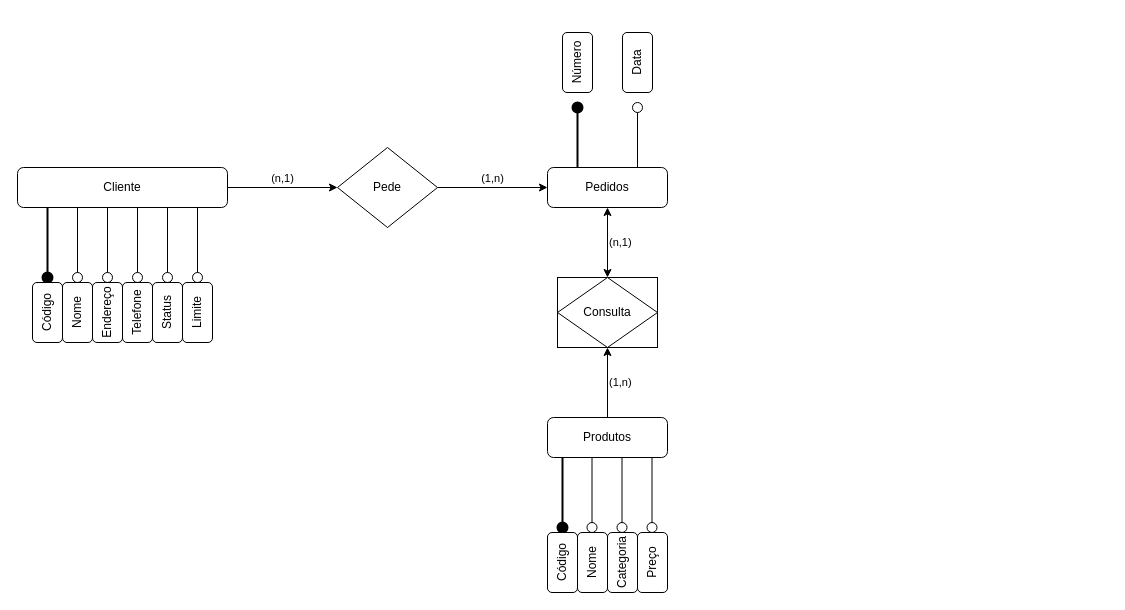
Before: Diagramas/Tarefa Diagrama.drawio in Shinymonke69/Diagramas, a draw.io diagram. Source tidied: cells renumbered, new cells numbered last; positions are measured from the earlier drawing's top-left corner, leaving out a move shared by most shapes. Both pictures are drawn from the tidied source at 100%, with x=0, y=0 at pixel (17, 47).
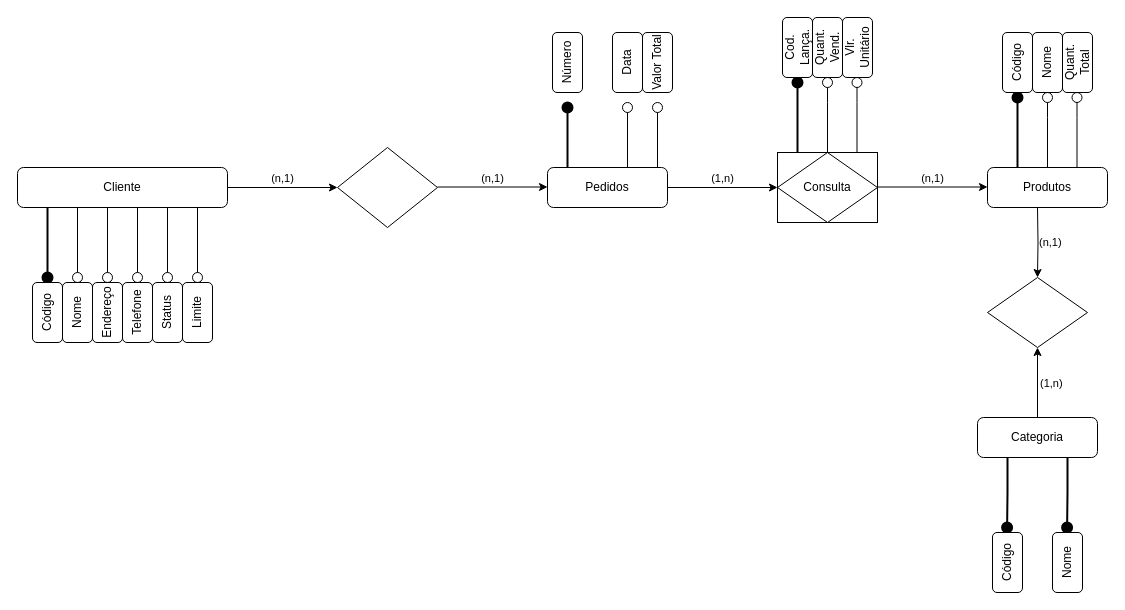
The same diagram, later.

Commit message:
Feat: Tarefa Corrigida

The edit, as a diff of the source:
```diff
@@
-    <mxCell id="2" style="rounded=0;whiteSpace=wrap;html=1;fillColor=none;" parent="1" vertex="1">
-      <mxGeometry x="540" y="230" width="100" height="70" as="geometry" />
-    </mxCell>
-    <mxCell id="3" value="(n,1)" style="edgeStyle=orthogonalEdgeStyle;rounded=0;jettySize=auto;html=1;exitX=0.5;exitY=1;exitDx=0;exitDy=0;entryX=0.5;entryY=0;entryDx=0;entryDy=0;startArrow=classic;startFill=1;labelPosition=right;verticalLabelPosition=middle;align=left;verticalAlign=middle;horizontal=1;" parent="1" edge="1" source="6" target="25">
-      <mxGeometry relative="1" as="geometry" />
+    <mxCell id="3" value="(n,1)" style="edgeStyle=orthogonalEdgeStyle;rounded=0;jettySize=auto;html=1;exitX=0.5;exitY=1;exitDx=0;exitDy=0;entryX=0.5;entryY=0;entryDx=0;entryDy=0;startArrow=none;startFill=0;labelPosition=right;verticalLabelPosition=middle;align=left;verticalAlign=middle;horizontal=1;" parent="1" edge="1" target="25">
+      <mxGeometry relative="1" as="geometry">
+        <mxPoint x="1020" y="160" as="sourcePoint" />
+      </mxGeometry>
     </mxCell>
-    <mxCell id="4" style="edgeStyle=orthogonalEdgeStyle;rounded=0;jettySize=auto;html=1;exitX=0.25;exitY=0;exitDx=0;exitDy=0;strokeWidth=2;endSize=10;endArrow=oval;endFill=1;" parent="1" edge="1" source="6">
+    <mxCell id="4" style="edgeStyle=orthogonalEdgeStyle;rounded=0;orthogonalLoop=1;jettySize=auto;html=1;exitX=0.25;exitY=0;exitDx=0;exitDy=0;strokeWidth=2;endSize=10;endArrow=oval;endFill=1;" parent="1" edge="1">
       <mxGeometry relative="1" as="geometry">
-        <mxPoint x="560" y="60" as="targetPoint" />
+        <mxPoint x="550" y="120" as="sourcePoint" />
+        <mxPoint x="550" y="60" as="targetPoint" />
       </mxGeometry>
     </mxCell>
-    <mxCell id="5" style="edgeStyle=orthogonalEdgeStyle;rounded=0;jettySize=auto;html=1;exitX=0.75;exitY=0;exitDx=0;exitDy=0;endSize=10;endArrow=oval;endFill=0;" parent="1" edge="1" source="6">
+    <mxCell id="5" style="edgeStyle=orthogonalEdgeStyle;rounded=0;orthogonalLoop=1;jettySize=auto;html=1;exitX=0.75;exitY=0;exitDx=0;exitDy=0;endSize=10;endArrow=oval;endFill=0;" parent="1" edge="1">
       <mxGeometry relative="1" as="geometry">
-        <mxPoint x="620" y="60" as="targetPoint" />
+        <mxPoint x="610" y="120" as="sourcePoint" />
+        <mxPoint x="610" y="60" as="targetPoint" />
       </mxGeometry>
     </mxCell>
-    <mxCell id="6" value="Pedidos" style="rounded=1;whiteSpace=wrap;html=1;fontSize=12;glass=0;strokeWidth=1;shadow=0;" parent="1" vertex="1">
-      <mxGeometry x="530" y="120" width="120" height="40" as="geometry" />
-    </mxCell>
@@
-    <mxCell id="10" value="(1,n)" style="edgeStyle=orthogonalEdgeStyle;rounded=0;jettySize=auto;html=1;exitX=0.5;exitY=0;exitDx=0;exitDy=0;entryX=0.5;entryY=1;entryDx=0;entryDy=0;labelPosition=right;verticalLabelPosition=middle;align=left;verticalAlign=middle;" parent="1" edge="1" source="11" target="2">
-      <mxGeometry relative="1" as="geometry" />
+    <mxCell id="10" value="(1,n)" style="edgeStyle=orthogonalEdgeStyle;rounded=0;jettySize=auto;html=1;exitX=0.5;exitY=0;exitDx=0;exitDy=0;entryX=0.5;entryY=1;entryDx=0;entryDy=0;labelPosition=right;verticalLabelPosition=middle;align=left;verticalAlign=middle;" parent="1" edge="1" source="11">
+      <mxGeometry relative="1" as="geometry">
+        <mxPoint x="1020" y="300" as="targetPoint" />
+      </mxGeometry>
     </mxCell>
+    <mxCell id="36" style="edgeStyle=orthogonalEdgeStyle;rounded=0;jettySize=auto;html=1;exitX=0.25;exitY=1;exitDx=0;exitDy=0;endArrow=oval;endFill=1;strokeWidth=2;endSize=10;" parent="1" edge="1" source="11">
+      <mxGeometry relative="1" as="geometry">
+        <mxPoint x="989.6" y="480" as="targetPoint" />
+      </mxGeometry>
+    </mxCell>
+    <mxCell id="37" style="edgeStyle=orthogonalEdgeStyle;rounded=0;jettySize=auto;html=1;exitX=0.75;exitY=1;exitDx=0;exitDy=0;endArrow=oval;endFill=1;endSize=10;strokeWidth=2;" parent="1" edge="1" source="11">
+      <mxGeometry relative="1" as="geometry">
+        <mxPoint x="1049.6" y="480" as="targetPoint" />
+      </mxGeometry>
+    </mxCell>
-    <mxCell id="11" value="Produtos" style="rounded=1;whiteSpace=wrap;html=1;fontSize=12;glass=0;strokeWidth=1;shadow=0;" parent="1" vertex="1">
-      <mxGeometry x="530" y="370" width="120" height="40" as="geometry" />
+    <mxCell id="11" value="Categoria" style="rounded=1;whiteSpace=wrap;html=1;fontSize=12;glass=0;strokeWidth=1;shadow=0;" parent="1" vertex="1">
+      <mxGeometry x="960" y="370" width="120" height="40" as="geometry" />
     </mxCell>
-    <mxCell id="12" value="(1,n)" style="edgeStyle=orthogonalEdgeStyle;rounded=0;jettySize=auto;html=1;exitX=1;exitY=0.5;exitDx=0;exitDy=0;horizontal=1;verticalAlign=bottom;" parent="1" edge="1" source="13" target="6">
-      <mxGeometry relative="1" as="geometry" />
-    </mxCell>
-    <mxCell id="13" value="Pede" style="rhombus;whiteSpace=wrap;html=1;" parent="1" vertex="1">
+    <mxCell id="13" style="rhombus;whiteSpace=wrap;html=1;" parent="1" vertex="1">
       <mxGeometry x="320" y="100" width="100" height="80" as="geometry" />
     </mxCell>
@@
-    <mxCell id="25" value="Consulta" style="rhombus;whiteSpace=wrap;html=1;" parent="1" vertex="1">
-      <mxGeometry x="540" y="230" width="100" height="70" as="geometry" />
+    <mxCell id="25" style="rhombus;whiteSpace=wrap;html=1;" parent="1" vertex="1">
+      <mxGeometry x="970" y="230" width="100" height="70" as="geometry" />
     </mxCell>
     <mxCell id="26" style="rounded=0;orthogonalLoop=1;jettySize=auto;html=1;exitX=0;exitY=1;exitDx=0;exitDy=0;strokeColor=default;endArrow=oval;endFill=1;strokeWidth=2;endSize=10;" parent="1" edge="1">
       <mxGeometry relative="1" as="geometry">
-        <mxPoint x="545" y="410" as="sourcePoint" />
-        <mxPoint x="545" y="480" as="targetPoint" />
+        <mxPoint x="1000" y="120" as="sourcePoint" />
+        <mxPoint x="1000" y="50" as="targetPoint" />
       </mxGeometry>
     </mxCell>
-    <mxCell id="27" style="rounded=0;orthogonalLoop=1;jettySize=auto;html=1;exitX=0;exitY=1;exitDx=0;exitDy=0;strokeColor=default;endArrow=oval;endFill=0;strokeWidth=1;endSize=10;" parent="1" edge="1">
+    <mxCell id="27" style="rounded=0;orthogonalLoop=1;jettySize=auto;html=1;exitX=0.25;exitY=0;exitDx=0;exitDy=0;strokeColor=default;endArrow=oval;endFill=0;strokeWidth=1;endSize=10;" parent="1" edge="1">
       <mxGeometry relative="1" as="geometry">
-        <mxPoint x="574.5" y="410" as="sourcePoint" />
-        <mxPoint x="574.5" y="480" as="targetPoint" />
+        <mxPoint x="1030" y="120" as="sourcePoint" />
+        <mxPoint x="1030" y="50" as="targetPoint" />
+        <Array as="points">
+          <mxPoint x="1030" y="70" />
+        </Array>
       </mxGeometry>
     </mxCell>
-    <mxCell id="28" style="rounded=0;orthogonalLoop=1;jettySize=auto;html=1;exitX=0;exitY=1;exitDx=0;exitDy=0;strokeColor=default;endArrow=oval;endFill=0;strokeWidth=1;endSize=10;" parent="1" edge="1">
-      <mxGeometry relative="1" as="geometry">
-        <mxPoint x="604.5" y="410" as="sourcePoint" />
-        <mxPoint x="604.5" y="480" as="targetPoint" />
-      </mxGeometry>
-    </mxCell>
-    <mxCell id="29" style="rounded=0;orthogonalLoop=1;jettySize=auto;html=1;exitX=0;exitY=1;exitDx=0;exitDy=0;strokeColor=default;endArrow=oval;endFill=0;strokeWidth=1;endSize=10;" parent="1" edge="1">
-      <mxGeometry relative="1" as="geometry">
-        <mxPoint x="634.5" y="410" as="sourcePoint" />
-        <mxPoint x="634.5" y="480" as="targetPoint" />
-      </mxGeometry>
-    </mxCell>
     <mxCell id="30" value="Código" style="rounded=1;whiteSpace=wrap;html=1;rotation=-90;" parent="1" vertex="1">
-      <mxGeometry x="515" y="500" width="60" height="30" as="geometry" />
+      <mxGeometry x="970" width="60" height="30" as="geometry" />
     </mxCell>
     <mxCell id="31" value="Nome" style="rounded=1;whiteSpace=wrap;html=1;rotation=-90;" parent="1" vertex="1">
-      <mxGeometry x="545" y="500" width="60" height="30" as="geometry" />
+      <mxGeometry x="1000" width="60" height="30" as="geometry" />
     </mxCell>
-    <mxCell id="32" value="Categoria" style="rounded=1;whiteSpace=wrap;html=1;rotation=-90;" parent="1" vertex="1">
-      <mxGeometry x="575" y="500" width="60" height="30" as="geometry" />
+    <mxCell id="32" value="Quant. Total" style="rounded=1;whiteSpace=wrap;html=1;rotation=-90;" parent="1" vertex="1">
+      <mxGeometry x="1030" width="60" height="30" as="geometry" />
     </mxCell>
-    <mxCell id="33" value="Preço" style="rounded=1;whiteSpace=wrap;html=1;rotation=-90;" parent="1" vertex="1">
-      <mxGeometry x="605" y="500" width="60" height="30" as="geometry" />
-    </mxCell>
     <mxCell id="34" value="Número" style="rounded=1;whiteSpace=wrap;html=1;rotation=-90;" parent="1" vertex="1">
-      <mxGeometry x="530" width="60" height="30" as="geometry" />
+      <mxGeometry x="520" width="60" height="30" as="geometry" />
     </mxCell>
     <mxCell id="35" value="Data" style="rounded=1;whiteSpace=wrap;html=1;rotation=-90;" parent="1" vertex="1">
-      <mxGeometry x="590" width="60" height="30" as="geometry" />
+      <mxGeometry x="580" width="60" height="30" as="geometry" />
     </mxCell>
+    <mxCell id="6" value="Pedidos" style="rounded=1;whiteSpace=wrap;html=1;fontSize=12;glass=0;strokeWidth=1;shadow=0;" parent="1" vertex="1">
+      <mxGeometry x="530" y="120" width="120" height="40" as="geometry" />
+    </mxCell>
+    <mxCell id="38" value="(n,1)" style="edgeStyle=orthogonalEdgeStyle;rounded=0;orthogonalLoop=1;jettySize=auto;html=1;exitX=1;exitY=0.5;exitDx=0;exitDy=0;entryX=0;entryY=0.5;entryDx=0;entryDy=0;verticalAlign=bottom;" parent="1" edge="1">
+      <mxGeometry relative="1" as="geometry">
+        <mxPoint x="420" y="139.5" as="sourcePoint" />
+        <mxPoint x="530" y="139.5" as="targetPoint" />
+      </mxGeometry>
+    </mxCell>
+    <mxCell id="39" style="edgeStyle=orthogonalEdgeStyle;rounded=0;orthogonalLoop=1;jettySize=auto;html=1;exitX=0.75;exitY=0;exitDx=0;exitDy=0;endSize=10;endArrow=oval;endFill=0;" parent="1" edge="1">
+      <mxGeometry relative="1" as="geometry">
+        <mxPoint x="640" y="120" as="sourcePoint" />
+        <mxPoint x="640" y="60" as="targetPoint" />
+      </mxGeometry>
+    </mxCell>
+    <mxCell id="40" value="Valor Total" style="rounded=1;whiteSpace=wrap;html=1;rotation=-90;" parent="1" vertex="1">
+      <mxGeometry x="610" width="60" height="30" as="geometry" />
+    </mxCell>
+    <mxCell id="41" style="rounded=0;whiteSpace=wrap;html=1;fillColor=none;" parent="1" vertex="1">
+      <mxGeometry x="760" y="105" width="100" height="70" as="geometry" />
+    </mxCell>
+    <mxCell id="42" value="Consulta" style="rhombus;whiteSpace=wrap;html=1;" parent="1" vertex="1">
+      <mxGeometry x="760" y="105" width="100" height="70" as="geometry" />
+    </mxCell>
+    <mxCell id="12" value="(1,n)" style="edgeStyle=orthogonalEdgeStyle;rounded=0;orthogonalLoop=1;jettySize=auto;html=1;exitX=1;exitY=0.5;exitDx=0;exitDy=0;entryX=0;entryY=0.5;entryDx=0;entryDy=0;verticalAlign=bottom;" parent="1" edge="1">
+      <mxGeometry relative="1" as="geometry">
+        <mxPoint x="650" y="140" as="sourcePoint" />
+        <mxPoint x="760" y="140" as="targetPoint" />
+      </mxGeometry>
+    </mxCell>
+    <mxCell id="43" value="(n,1)" style="edgeStyle=orthogonalEdgeStyle;rounded=0;orthogonalLoop=1;jettySize=auto;html=1;exitX=1;exitY=0.5;exitDx=0;exitDy=0;entryX=0;entryY=0.5;entryDx=0;entryDy=0;verticalAlign=bottom;" parent="1" edge="1">
+      <mxGeometry relative="1" as="geometry">
+        <mxPoint x="860" y="139.5" as="sourcePoint" />
+        <mxPoint x="970" y="139.5" as="targetPoint" />
+      </mxGeometry>
+    </mxCell>
+    <mxCell id="44" value="Produtos" style="rounded=1;whiteSpace=wrap;html=1;fontSize=12;glass=0;strokeWidth=1;shadow=0;" parent="1" vertex="1">
+      <mxGeometry x="970" y="120" width="120" height="40" as="geometry" />
+    </mxCell>
+    <mxCell id="45" style="rounded=0;orthogonalLoop=1;jettySize=auto;html=1;exitX=0.25;exitY=0;exitDx=0;exitDy=0;strokeColor=default;endArrow=oval;endFill=0;strokeWidth=1;endSize=10;" parent="1" edge="1">
+      <mxGeometry relative="1" as="geometry">
+        <mxPoint x="1059.5" y="120" as="sourcePoint" />
+        <mxPoint x="1059.5" y="50" as="targetPoint" />
+        <Array as="points">
+          <mxPoint x="1059.5" y="70" />
+        </Array>
+      </mxGeometry>
+    </mxCell>
+    <mxCell id="46" value="Código" style="rounded=1;whiteSpace=wrap;html=1;rotation=-90;" parent="1" vertex="1">
+      <mxGeometry x="960" y="500" width="60" height="30" as="geometry" />
+    </mxCell>
+    <mxCell id="47" value="Nome" style="rounded=1;whiteSpace=wrap;html=1;rotation=-90;" parent="1" vertex="1">
+      <mxGeometry x="1020" y="500" width="60" height="30" as="geometry" />
+    </mxCell>
+    <mxCell id="48" style="rounded=0;orthogonalLoop=1;jettySize=auto;html=1;exitX=0;exitY=1;exitDx=0;exitDy=0;strokeColor=default;endArrow=oval;endFill=1;strokeWidth=2;endSize=10;" parent="1" edge="1">
+      <mxGeometry relative="1" as="geometry">
+        <mxPoint x="780" y="105" as="sourcePoint" />
+        <mxPoint x="780" y="35" as="targetPoint" />
+      </mxGeometry>
+    </mxCell>
+    <mxCell id="49" style="rounded=0;orthogonalLoop=1;jettySize=auto;html=1;exitX=0.25;exitY=0;exitDx=0;exitDy=0;strokeColor=default;endArrow=oval;endFill=0;strokeWidth=1;endSize=10;" parent="1" edge="1">
+      <mxGeometry relative="1" as="geometry">
+        <mxPoint x="810" y="105" as="sourcePoint" />
+        <mxPoint x="810" y="35" as="targetPoint" />
+        <Array as="points">
+          <mxPoint x="810" y="55" />
+        </Array>
+      </mxGeometry>
+    </mxCell>
+    <mxCell id="50" value="Cod. Lança." style="rounded=1;whiteSpace=wrap;html=1;rotation=-90;" parent="1" vertex="1">
+      <mxGeometry x="750" y="-15" width="60" height="30" as="geometry" />
+    </mxCell>
+    <mxCell id="51" value="Quant. Vend." style="rounded=1;whiteSpace=wrap;html=1;rotation=-90;" parent="1" vertex="1">
+      <mxGeometry x="780" y="-15" width="60" height="30" as="geometry" />
+    </mxCell>
+    <mxCell id="52" value="Vlr. Unitário" style="rounded=1;whiteSpace=wrap;html=1;rotation=-90;" parent="1" vertex="1">
+      <mxGeometry x="810" y="-15" width="60" height="30" as="geometry" />
+    </mxCell>
+    <mxCell id="53" style="rounded=0;orthogonalLoop=1;jettySize=auto;html=1;exitX=0.25;exitY=0;exitDx=0;exitDy=0;strokeColor=default;endArrow=oval;endFill=0;strokeWidth=1;endSize=10;" parent="1" edge="1">
+      <mxGeometry relative="1" as="geometry">
+        <mxPoint x="839.5" y="105" as="sourcePoint" />
+        <mxPoint x="839.5" y="35" as="targetPoint" />
+        <Array as="points">
+          <mxPoint x="839.5" y="55" />
+        </Array>
+      </mxGeometry>
+    </mxCell>
```
